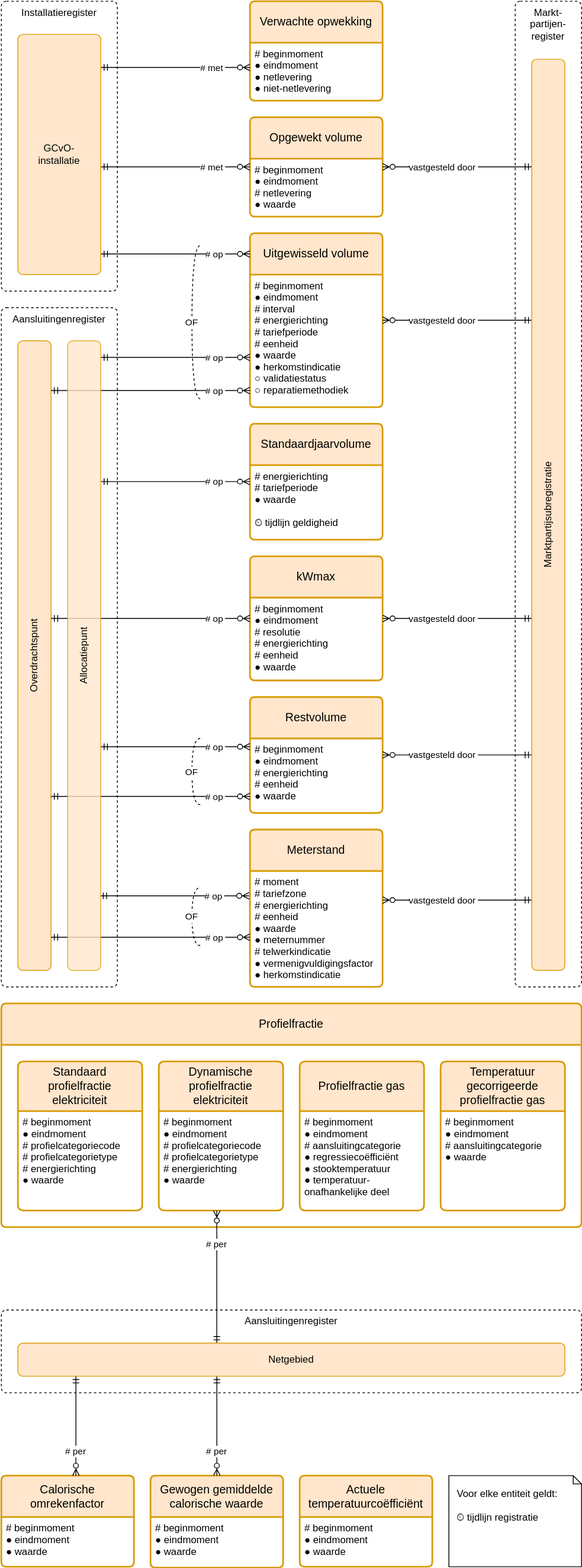
The draw.io diagram registers/energie-uitwisselingsregister/1.4/energie-uitwisselingsregister.drawio.svg in Netbeheer-Nederland/stelsel, before a commit. Source tidied: cells renumbered, new cells last; positions are measured from the earlier drawing's top-left corner, leaving out a move shared by most shapes.
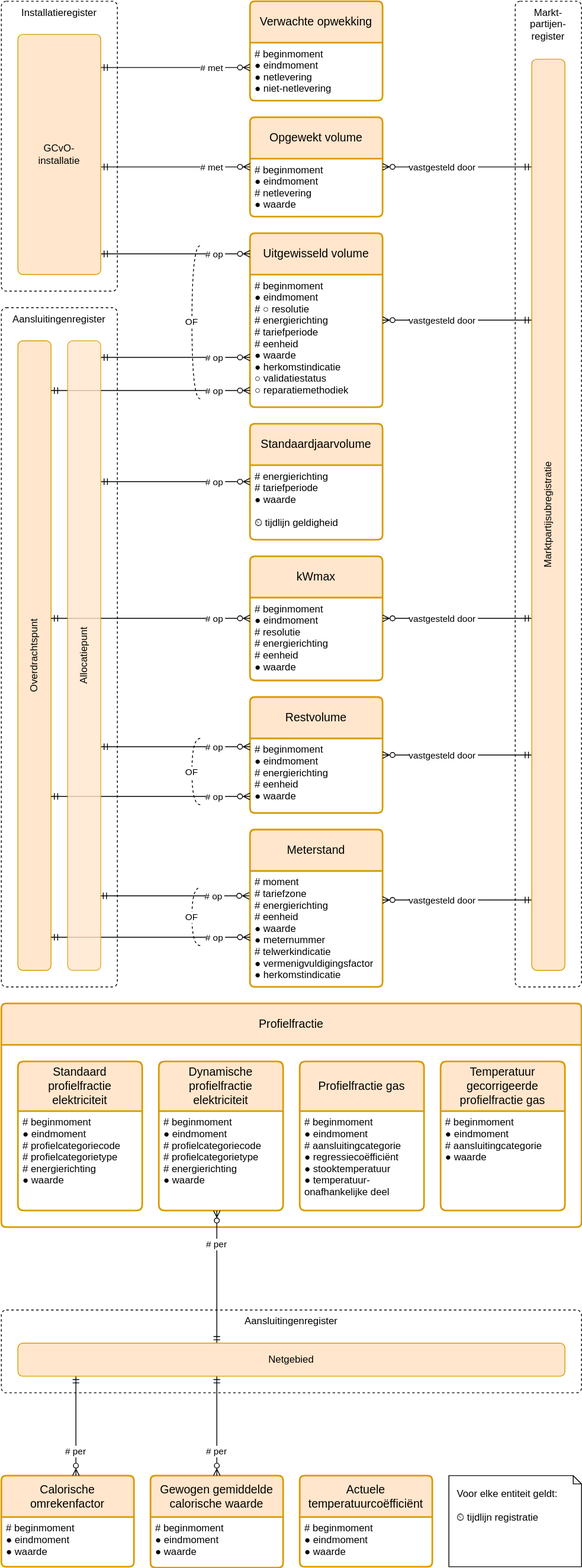
The same file after the commit.

Diff of the diagram source:
```diff
@@ -26,7 +26,7 @@
     <mxCell id="9" value="Uitgewisseld volume" style="swimlane;horizontal=1;startSize=50;rounded=1;fontSize=14;fontStyle=0;strokeWidth=2;shadow=0;dashed=0;align=center;arcSize=4;fillColor=#ffe6cc;strokeColor=#d79b00;whiteSpace=wrap;" parent="1" vertex="1">
       <mxGeometry x="300" y="280" width="160" height="210" as="geometry" />
     </mxCell>
-    <mxCell id="10" value="# beginmoment&#10;● eindmoment&#10;# interval&#10;# energierichting&#10;# tariefperiode&#10;# eenheid&#10;● waarde&#10;● herkomstindicatie&#10;○ validatiestatus&#10;○ reparatiemethodiek" style="align=left;strokeColor=none;fillColor=none;spacingLeft=4;fontSize=12;verticalAlign=top;" parent="9" vertex="1">
+    <mxCell id="10" value="# beginmoment&#10;● eindmoment&#10;# ○ resolutie&#10;# energierichting&#10;# tariefperiode&#10;# eenheid&#10;● waarde&#10;● herkomstindicatie&#10;○ validatiestatus&#10;○ reparatiemethodiek" style="align=left;strokeColor=none;fillColor=none;spacingLeft=4;fontSize=12;verticalAlign=top;" parent="9" vertex="1">
       <mxGeometry y="50" width="160" height="160" as="geometry" />
     </mxCell>
     <mxCell id="11" value="# op" style="rounded=0;orthogonalLoop=1;jettySize=auto;endArrow=ERmandOne;endFill=0;startArrow=ERzeroToMany;startFill=0;align=right;edgeStyle=elbowEdgeStyle;elbow=vertical;" parent="1" edge="1">
```
